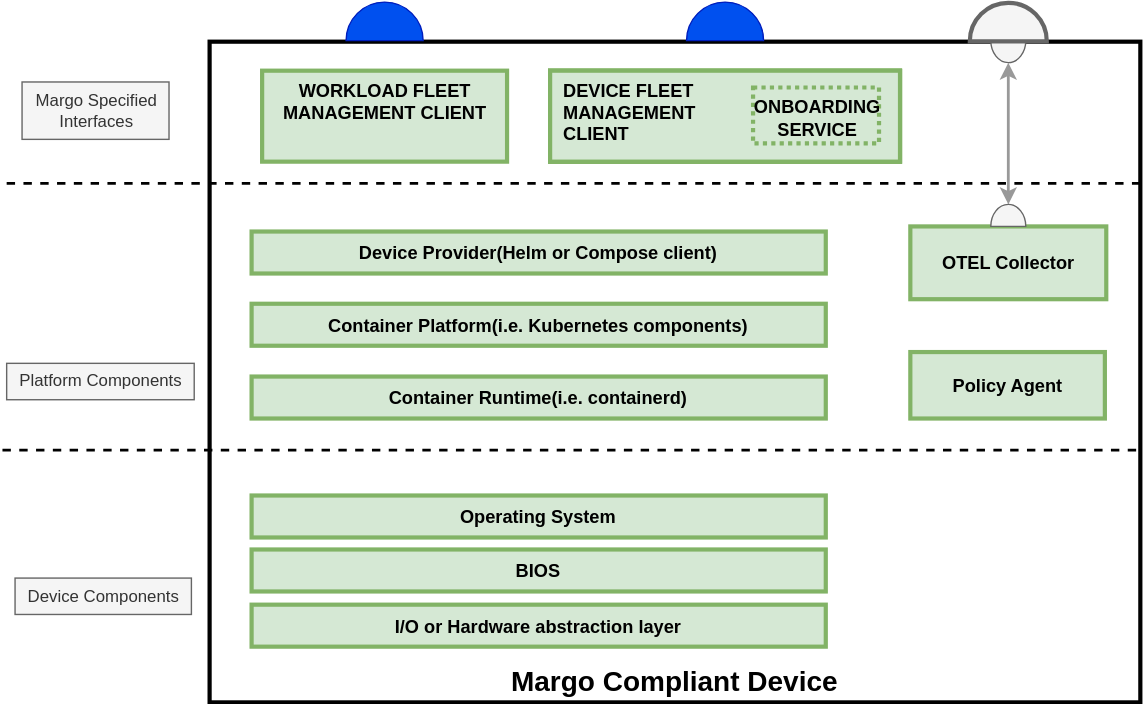
Before: system-design/figures/device-layers.drawio.svg, a diagram exported from draw.io (margo/general_website_content). Source tidied: cells renumbered, new cells last; positions are measured from the earlier drawing's top-left corner, leaving out a move shared by most shapes.
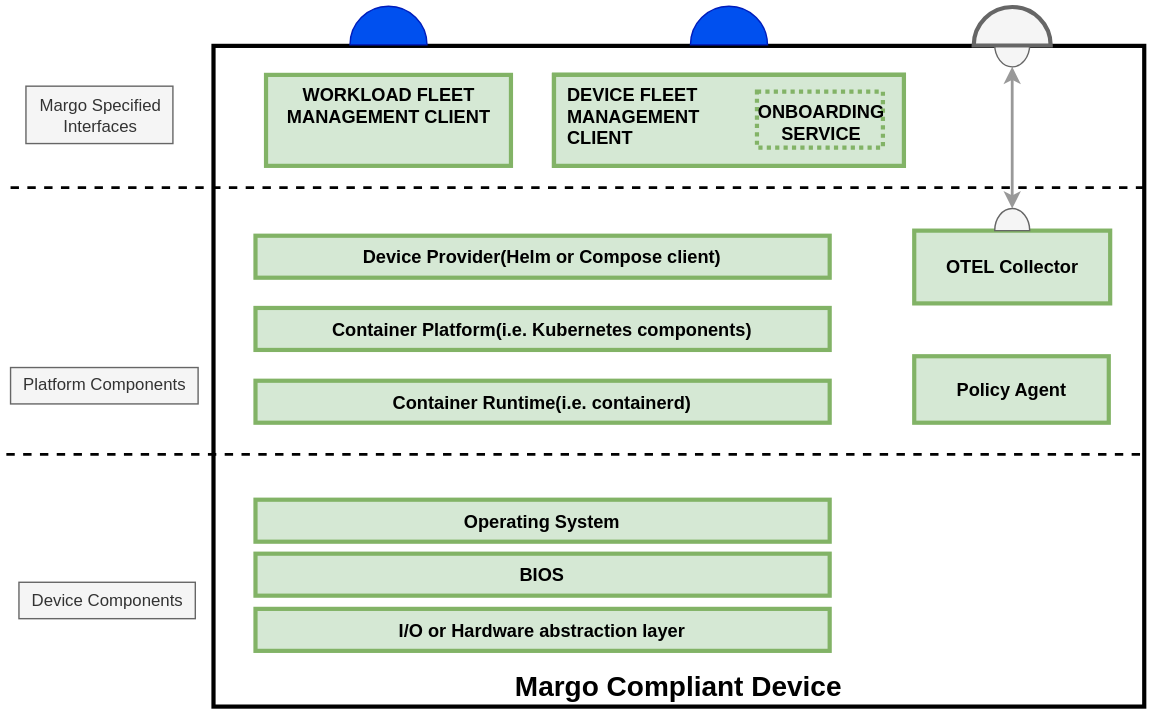
Later version of the same file.

Change to the diagram source:
```diff
@@ -2,6 +2,9 @@
   <root>
     <mxCell id="0" />
     <mxCell id="1" parent="0" />
+    <mxCell id="28" style="rounded=0;whiteSpace=wrap;html=1;strokeColor=none;" parent="1" vertex="1">
+      <mxGeometry x="-4" y="-4" width="823" height="513" as="geometry" />
+    </mxCell>
     <mxCell id="2" value="Margo Compliant Device" style="whiteSpace=wrap;align=center;verticalAlign=bottom;fontStyle=1;strokeWidth=3;fontSize=20;rounded=0;fontFamily=Helvetica;" parent="1" vertex="1">
       <mxGeometry x="148" y="28.3" width="665" height="472.1" as="geometry" />
     </mxCell>
```
